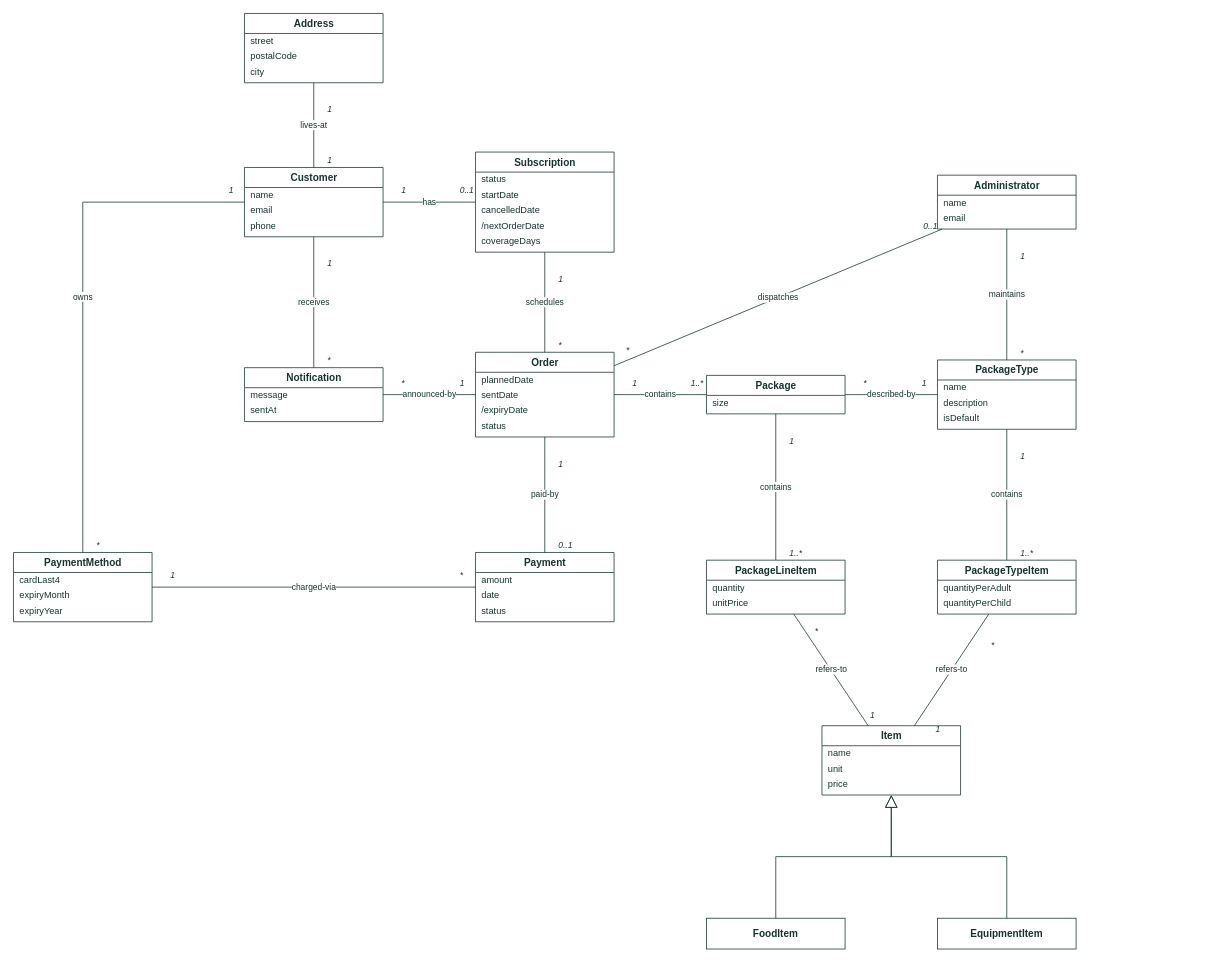
Above: page "Domain model" (1 of 3) of docs/assets/drawio/domain-model.drawio in Mosekjaer/prepmeup (draw.io), before the change. Source tidied: cells renumbered, new cells numbered last; positions are measured from the earlier drawing's top-left corner, leaving out a move shared by most shapes. Both pictures are drawn from the tidied source at 77%, with x=0, y=0 at pixel (13, 13).
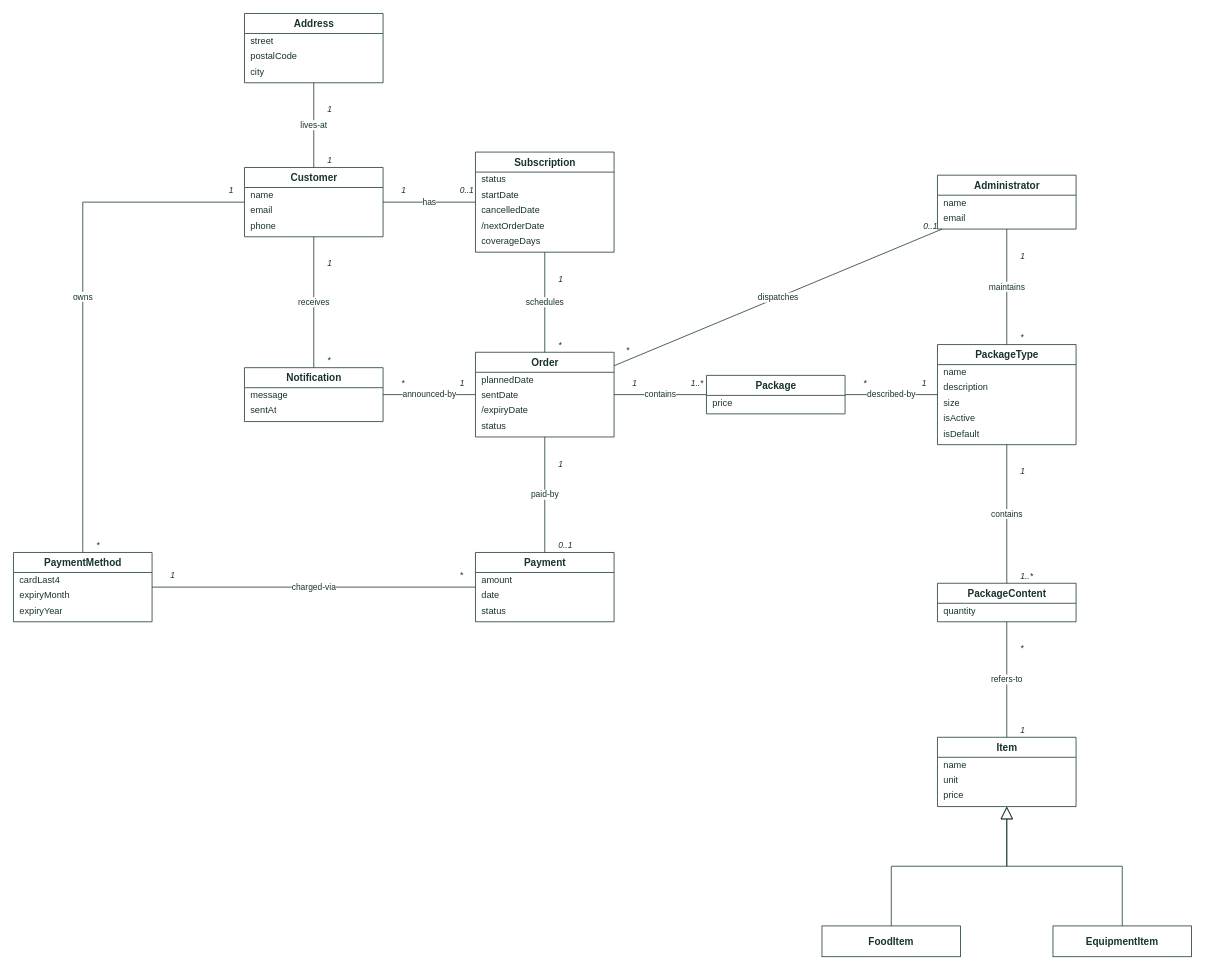
Above is the later version.

Unchanged cells that the change refers to:
```xml
<mxCell id="27" value="Package" style="swimlane;fontStyle=1;horizontal=1;startSize=26;fillColor=#FFFFFF;swimlaneFillColor=#FFFFFF;strokeColor=#173330;fontColor=#173330;fontSize=13;html=1;" parent="1" vertex="1">
  <mxGeometry x="900" y="470" width="180" height="50" as="geometry" />
</mxCell>
```

The edit, as a diff of the source:
```diff
@@
-    <mxCell id="28" value="size" style="text;strokeColor=none;fillColor=none;align=left;verticalAlign=middle;spacingLeft=6;spacingRight=4;overflow=hidden;fontSize=12;html=1;fontColor=#173330;" parent="27" vertex="1">
+    <mxCell id="28" value="price" style="text;strokeColor=none;fillColor=none;align=left;verticalAlign=middle;spacingLeft=6;spacingRight=4;overflow=hidden;fontSize=12;html=1;fontColor=#173330;" parent="27" vertex="1">
       <mxGeometry y="26" width="180" height="20" as="geometry" />
     </mxCell>
     <mxCell id="29" value="PackageType" style="swimlane;fontStyle=1;horizontal=1;startSize=26;fillColor=#FFFFFF;swimlaneFillColor=#FFFFFF;strokeColor=#173330;fontColor=#173330;fontSize=13;html=1;" parent="1" vertex="1">
-      <mxGeometry x="1200" y="450" width="180" height="90" as="geometry" />
+      <mxGeometry x="1200" y="430" width="180" height="130" as="geometry" />
     </mxCell>
@@
-    <mxCell id="32" value="isDefault" style="text;strokeColor=none;fillColor=none;align=left;verticalAlign=middle;spacingLeft=6;spacingRight=4;overflow=hidden;fontSize=12;html=1;fontColor=#173330;" parent="29" vertex="1">
+    <mxCell id="32" value="size" style="text;strokeColor=none;fillColor=none;align=left;verticalAlign=middle;spacingLeft=6;spacingRight=4;overflow=hidden;fontSize=12;html=1;fontColor=#173330;" parent="29" vertex="1">
       <mxGeometry y="66" width="180" height="20" as="geometry" />
     </mxCell>
+    <mxCell id="103" value="isActive" style="text;strokeColor=none;fillColor=none;align=left;verticalAlign=middle;spacingLeft=6;spacingRight=4;overflow=hidden;fontSize=12;html=1;fontColor=#173330;" parent="29" vertex="1">
+      <mxGeometry y="86" width="180" height="20" as="geometry" />
+    </mxCell>
+    <mxCell id="104" value="isDefault" style="text;strokeColor=none;fillColor=none;align=left;verticalAlign=middle;spacingLeft=6;spacingRight=4;overflow=hidden;fontSize=12;html=1;fontColor=#173330;" parent="29" vertex="1">
+      <mxGeometry y="106" width="180" height="20" as="geometry" />
+    </mxCell>
@@
-    <mxCell id="41" value="PackageLineItem" style="swimlane;fontStyle=1;horizontal=1;startSize=26;fillColor=#FFFFFF;swimlaneFillColor=#FFFFFF;strokeColor=#173330;fontColor=#173330;fontSize=13;html=1;" parent="1" vertex="1">
-      <mxGeometry x="900" y="710" width="180" height="70" as="geometry" />
-    </mxCell>
-    <mxCell id="42" value="quantity" style="text;strokeColor=none;fillColor=none;align=left;verticalAlign=middle;spacingLeft=6;spacingRight=4;overflow=hidden;fontSize=12;html=1;fontColor=#173330;" parent="41" vertex="1">
-      <mxGeometry y="26" width="180" height="20" as="geometry" />
-    </mxCell>
-    <mxCell id="43" value="unitPrice" style="text;strokeColor=none;fillColor=none;align=left;verticalAlign=middle;spacingLeft=6;spacingRight=4;overflow=hidden;fontSize=12;html=1;fontColor=#173330;" parent="41" vertex="1">
-      <mxGeometry y="46" width="180" height="20" as="geometry" />
-    </mxCell>
-    <mxCell id="44" value="PackageTypeItem" style="swimlane;fontStyle=1;horizontal=1;startSize=26;fillColor=#FFFFFF;swimlaneFillColor=#FFFFFF;strokeColor=#173330;fontColor=#173330;fontSize=13;html=1;" parent="1" vertex="1">
-      <mxGeometry x="1200" y="710" width="180" height="70" as="geometry" />
+    <mxCell id="44" value="PackageContent" style="swimlane;fontStyle=1;horizontal=1;startSize=26;fillColor=#FFFFFF;swimlaneFillColor=#FFFFFF;strokeColor=#173330;fontColor=#173330;fontSize=13;html=1;" parent="1" vertex="1">
+      <mxGeometry x="1200" y="740" width="180" height="50" as="geometry" />
     </mxCell>
-    <mxCell id="45" value="quantityPerAdult" style="text;strokeColor=none;fillColor=none;align=left;verticalAlign=middle;spacingLeft=6;spacingRight=4;overflow=hidden;fontSize=12;html=1;fontColor=#173330;" parent="44" vertex="1">
+    <mxCell id="45" value="quantity" style="text;strokeColor=none;fillColor=none;align=left;verticalAlign=middle;spacingLeft=6;spacingRight=4;overflow=hidden;fontSize=12;html=1;fontColor=#173330;" parent="44" vertex="1">
       <mxGeometry y="26" width="180" height="20" as="geometry" />
     </mxCell>
-    <mxCell id="46" value="quantityPerChild" style="text;strokeColor=none;fillColor=none;align=left;verticalAlign=middle;spacingLeft=6;spacingRight=4;overflow=hidden;fontSize=12;html=1;fontColor=#173330;" parent="44" vertex="1">
-      <mxGeometry y="46" width="180" height="20" as="geometry" />
-    </mxCell>
     <mxCell id="47" value="Item" style="swimlane;fontStyle=1;horizontal=1;startSize=26;fillColor=#FFFFFF;swimlaneFillColor=#FFFFFF;strokeColor=#173330;fontColor=#173330;fontSize=13;html=1;" parent="1" vertex="1">
-      <mxGeometry x="1050" y="925" width="180" height="90" as="geometry" />
+      <mxGeometry x="1200" y="940" width="180" height="90" as="geometry" />
     </mxCell>
@@
     <mxCell id="51" value="FoodItem" style="rounded=0;whiteSpace=wrap;html=1;fillColor=#FFFFFF;strokeColor=#173330;fontColor=#173330;fontStyle=1;fontSize=13;" parent="1" vertex="1">
-      <mxGeometry x="900" y="1175" width="180" height="40" as="geometry" />
+      <mxGeometry x="1050" y="1185" width="180" height="40" as="geometry" />
     </mxCell>
     <mxCell id="52" value="EquipmentItem" style="rounded=0;whiteSpace=wrap;html=1;fillColor=#FFFFFF;strokeColor=#173330;fontColor=#173330;fontStyle=1;fontSize=13;" parent="1" vertex="1">
-      <mxGeometry x="1200" y="1175" width="180" height="40" as="geometry" />
+      <mxGeometry x="1350" y="1185" width="180" height="40" as="geometry" />
     </mxCell>
@@
-    <mxCell id="92" value="contains" style="endArrow=none;html=1;rounded=0;strokeColor=#173330;fontColor=#173330;fontSize=11;labelBackgroundColor=#FFFFFF;" parent="1" edge="1" source="27" target="41">
+    <mxCell id="92" value="refers-to" style="endArrow=none;html=1;rounded=0;strokeColor=#173330;fontColor=#173330;fontSize=11;labelBackgroundColor=#FFFFFF;" parent="1" edge="1" source="44" target="47">
       <mxGeometry relative="1" as="geometry" />
     </mxCell>
-    <mxCell id="93" value="1" style="edgeLabel;html=1;fontSize=11;fontStyle=2;fontColor=#173330;labelBackgroundColor=none;" parent="92" vertex="1">
+    <mxCell id="93" value="*" style="edgeLabel;html=1;fontSize=11;fontStyle=2;fontColor=#173330;labelBackgroundColor=none;" parent="92" vertex="1">
       <mxGeometry x="-1" relative="1" as="geometry">
         <mxPoint x="16" y="22" as="offset" />
       </mxGeometry>
     </mxCell>
-    <mxCell id="94" value="1..*" style="edgeLabel;html=1;fontSize=11;fontStyle=2;fontColor=#173330;labelBackgroundColor=none;" parent="92" vertex="1">
+    <mxCell id="94" value="1" style="edgeLabel;html=1;fontSize=11;fontStyle=2;fontColor=#173330;labelBackgroundColor=none;" parent="92" vertex="1">
       <mxGeometry x="1" relative="1" as="geometry">
         <mxPoint x="16" y="-22" as="offset" />
       </mxGeometry>
     </mxCell>
-    <mxCell id="95" value="refers-to" style="endArrow=none;html=1;rounded=0;strokeColor=#173330;fontColor=#173330;fontSize=11;labelBackgroundColor=#FFFFFF;" parent="1" edge="1" source="41" target="47">
-      <mxGeometry relative="1" as="geometry" />
-    </mxCell>
-    <mxCell id="96" value="*" style="edgeLabel;html=1;fontSize=11;fontStyle=2;fontColor=#173330;labelBackgroundColor=none;" parent="95" vertex="1">
-      <mxGeometry x="-1" relative="1" as="geometry">
-        <mxPoint x="26" y="9" as="offset" />
-      </mxGeometry>
-    </mxCell>
-    <mxCell id="97" value="1" style="edgeLabel;html=1;fontSize=11;fontStyle=2;fontColor=#173330;labelBackgroundColor=none;" parent="95" vertex="1">
-      <mxGeometry x="1" relative="1" as="geometry">
-        <mxPoint x="1" y="-27" as="offset" />
-      </mxGeometry>
-    </mxCell>
-    <mxCell id="98" value="refers-to" style="endArrow=none;html=1;rounded=0;strokeColor=#173330;fontColor=#173330;fontSize=11;labelBackgroundColor=#FFFFFF;" parent="1" edge="1" source="44" target="47">
-      <mxGeometry relative="1" as="geometry" />
-    </mxCell>
-    <mxCell id="99" value="*" style="edgeLabel;html=1;fontSize=11;fontStyle=2;fontColor=#173330;labelBackgroundColor=none;" parent="98" vertex="1">
-      <mxGeometry x="-1" relative="1" as="geometry">
-        <mxPoint x="1" y="27" as="offset" />
-      </mxGeometry>
-    </mxCell>
-    <mxCell id="100" value="1" style="edgeLabel;html=1;fontSize=11;fontStyle=2;fontColor=#173330;labelBackgroundColor=none;" parent="98" vertex="1">
-      <mxGeometry x="1" relative="1" as="geometry">
-        <mxPoint x="26" y="-9" as="offset" />
-      </mxGeometry>
-    </mxCell>
```
